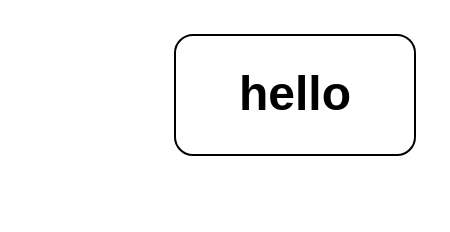
XianJunYe/codespaces-blank keeps this draw.io diagram as images/未命名绘图.drawio. Above is the earlier version. Source tidied: cells renumbered, new cells numbered last; positions are measured from the earlier drawing's top-left corner, leaving out a move shared by most shapes. Both pictures are drawn from the tidied source at 200%, with x=0, y=0 at pixel (174, 34).
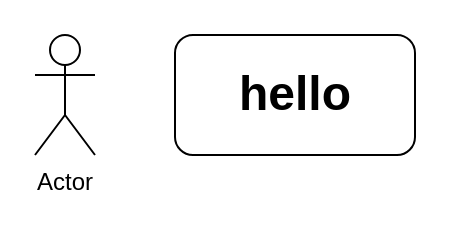
Above is the later version.

Commit message:
更新未命名绘图.drawio

What changed in the source:
```diff
@@
 <mxGraphModel>
   <root>
     <mxCell id="0" />
     <mxCell id="1" parent="0" />
     <mxCell id="2" style="rounded=1;whiteSpace=wrap;html=1;" parent="1" vertex="1">
       <mxGeometry width="120" height="60" as="geometry" />
     </mxCell>
     <mxCell id="3" value="hello&lt;br&gt;" style="text;strokeColor=none;fillColor=none;html=1;fontSize=24;fontStyle=1;verticalAlign=middle;align=center;" parent="1" vertex="1">
       <mxGeometry x="10" y="10" width="100" height="40" as="geometry" />
     </mxCell>
+    <mxCell id="4" value="Actor" style="shape=umlActor;verticalLabelPosition=bottom;verticalAlign=top;html=1;" parent="1" vertex="1">
+      <mxGeometry x="-70" width="30" height="60" as="geometry" />
+    </mxCell>
   </root>
 </mxGraphModel>
```
